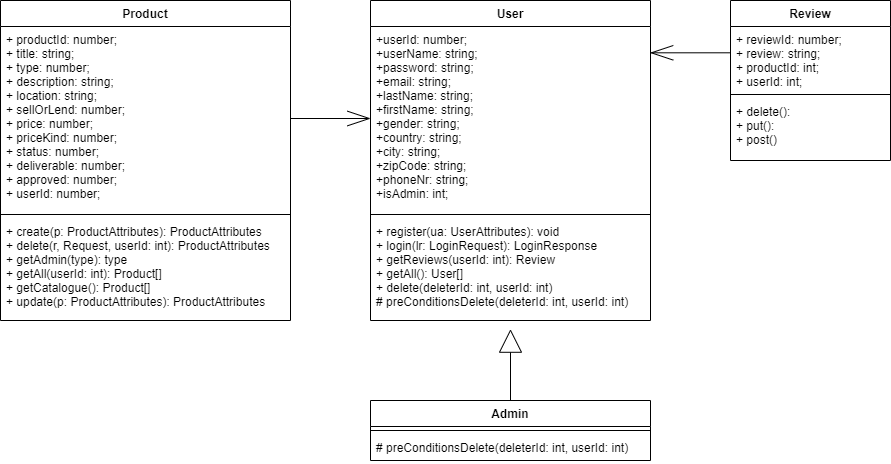
scg-unibe-ch/ese2020-team5 keeps this draw.io diagram as deliverables/ESE_UML_Backend.png. Above is the earlier version. Source tidied: cells renumbered, new cells last; positions are measured from the earlier drawing's top-left corner, leaving out a move shared by most shapes.
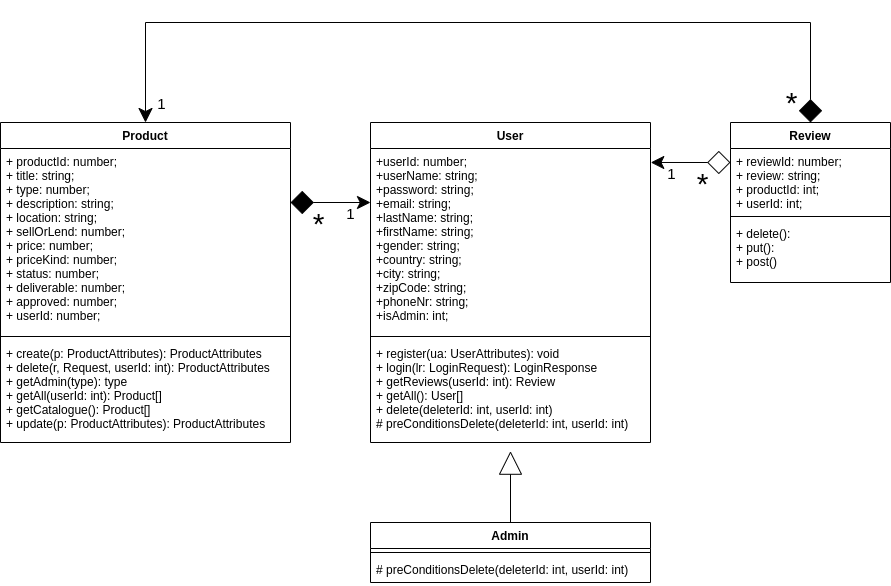
The same file after the commit.

Diff of the diagram source:
```diff
@@ -2,12 +2,22 @@
   <root>
     <mxCell id="0" />
     <mxCell id="1" parent="0" />
+    <mxCell id="20" style="edgeStyle=orthogonalEdgeStyle;rounded=0;jettySize=auto;html=1;entryX=0;entryY=0.25;entryDx=0;entryDy=0;startArrow=diamond;startFill=1;startSize=21;endSize=11;strokeWidth=1;fontSize=15;exitX=1;exitY=0.25;exitDx=0;exitDy=0;" parent="1" edge="1" source="11" target="4">
+      <mxGeometry relative="1" as="geometry" />
+    </mxCell>
+    <mxCell id="21" value="1" style="edgeLabel;html=1;align=center;verticalAlign=middle;fontSize=15;" parent="20" vertex="1">
+      <mxGeometry x="0.22" y="1" relative="1" as="geometry">
+        <mxPoint x="11" y="11" as="offset" />
+      </mxGeometry>
+    </mxCell>
+    <mxCell id="22" value="&lt;font style=&quot;font-size: 30px&quot;&gt;*&lt;/font&gt;" style="edgeLabel;html=1;align=center;verticalAlign=middle;fontSize=15;" parent="20" vertex="1">
+      <mxGeometry x="-0.72" y="-2" relative="1" as="geometry">
+        <mxPoint x="15.6" y="18" as="offset" />
+      </mxGeometry>
+    </mxCell>
     <mxCell id="2" style="endArrow=block;html=1;endFill=0;exitX=0.5;exitY=0;exitDx=0;exitDy=0;endSize=21;entryX=0.5;entryY=1.085;entryDx=0;entryDy=0;entryPerimeter=0;" parent="1" edge="1" source="8" target="7">
       <mxGeometry relative="1" as="geometry" />
     </mxCell>
-    <mxCell id="3" style="endArrow=openThin;html=1;endFill=0;exitX=1;exitY=0.5;exitDx=0;exitDy=0;endSize=21;entryX=0;entryY=0.5;entryDx=0;entryDy=0;" parent="1" edge="1" source="12" target="5">
-      <mxGeometry relative="1" as="geometry" />
-    </mxCell>
     <mxCell id="4" value="User" style="swimlane;fontStyle=1;align=center;verticalAlign=top;horizontal=1;startSize=26;" parent="1" vertex="1">
       <mxGeometry x="370" width="280" height="320" as="geometry" />
     </mxCell>
@@ -41,6 +51,19 @@
     <mxCell id="14" value="+ create(p: ProductAttributes): ProductAttributes&#10;+ delete(r, Request, userId: int): ProductAttributes&#10;+ getAdmin(type): type&#10;+ getAll(userId: int): Product[]&#10;+ getCatalogue(): Product[]&#10;+ update(p: ProductAttributes): ProductAttributes" style="text;strokeColor=none;fillColor=none;align=left;verticalAlign=top;spacingLeft=4;spacingRight=4;overflow=hidden;" parent="11" vertex="1">
       <mxGeometry y="218" width="290" height="102" as="geometry" />
     </mxCell>
+    <mxCell id="23" style="edgeStyle=orthogonalEdgeStyle;rounded=0;jettySize=auto;html=1;exitX=0;exitY=0.25;exitDx=0;exitDy=0;startArrow=diamond;startFill=0;startSize=21;endArrow=classic;endFill=1;endSize=11;strokeWidth=1;fontSize=15;entryX=1.001;entryY=0.076;entryDx=0;entryDy=0;entryPerimeter=0;" parent="1" edge="1" source="15" target="5">
+      <mxGeometry relative="1" as="geometry" />
+    </mxCell>
+    <mxCell id="24" value="1" style="edgeLabel;html=1;align=center;verticalAlign=middle;fontSize=15;" parent="23" vertex="1">
+      <mxGeometry x="0.3" y="-1" relative="1" as="geometry">
+        <mxPoint x="-8" y="11" as="offset" />
+      </mxGeometry>
+    </mxCell>
+    <mxCell id="25" value="*" style="edgeLabel;html=1;align=center;verticalAlign=middle;fontSize=30;" parent="23" vertex="1">
+      <mxGeometry x="-0.18" relative="1" as="geometry">
+        <mxPoint x="3.7" y="20" as="offset" />
+      </mxGeometry>
+    </mxCell>
     <mxCell id="15" value="Review" style="swimlane;fontStyle=1;align=center;verticalAlign=top;horizontal=1;startSize=26;" parent="1" vertex="1">
       <mxGeometry x="730" width="160" height="160" as="geometry" />
     </mxCell>
@@ -53,8 +76,23 @@
     <mxCell id="18" value="+ delete(): &#10;+ put(): &#10;+ post()" style="text;strokeColor=none;fillColor=none;align=left;verticalAlign=top;spacingLeft=4;spacingRight=4;overflow=hidden;" parent="15" vertex="1">
       <mxGeometry y="98" width="160" height="62" as="geometry" />
     </mxCell>
-    <mxCell id="19" style="endArrow=openThin;html=1;endFill=0;endSize=21;entryX=0.999;entryY=0.143;entryDx=0;entryDy=0;entryPerimeter=0;exitX=0;exitY=0.411;exitDx=0;exitDy=0;exitPerimeter=0;" parent="1" edge="1" source="16" target="5">
-      <mxGeometry relative="1" as="geometry" />
-    </mxCell>
+    <mxCell id="26" style="endArrow=diamond;endFill=1;endSize=21;html=1;strokeWidth=1;entryX=0.5;entryY=0;entryDx=0;entryDy=0;exitX=0.5;exitY=0;exitDx=0;exitDy=0;edgeStyle=orthogonalEdgeStyle;rounded=0;startArrow=classic;startFill=1;startSize=12;" parent="1" edge="1" source="11" target="15">
+      <mxGeometry relative="1" as="geometry">
+        <Array as="points">
+          <mxPoint x="145" y="-100" />
+          <mxPoint x="810" y="-100" />
+        </Array>
+      </mxGeometry>
+    </mxCell>
+    <mxCell id="27" value="1" style="edgeLabel;html=1;align=center;verticalAlign=middle;fontSize=15;" parent="26" vertex="1">
+      <mxGeometry x="-0.91" y="-1" relative="1" as="geometry">
+        <mxPoint x="14" y="20" as="offset" />
+      </mxGeometry>
+    </mxCell>
+    <mxCell id="28" value="*" style="edgeLabel;html=1;align=center;verticalAlign=middle;fontSize=30;" parent="26" vertex="1">
+      <mxGeometry x="0.92" y="2" relative="1" as="geometry">
+        <mxPoint x="-22" y="13.3" as="offset" />
+      </mxGeometry>
+    </mxCell>
   </root>
 </mxGraphModel>
```
